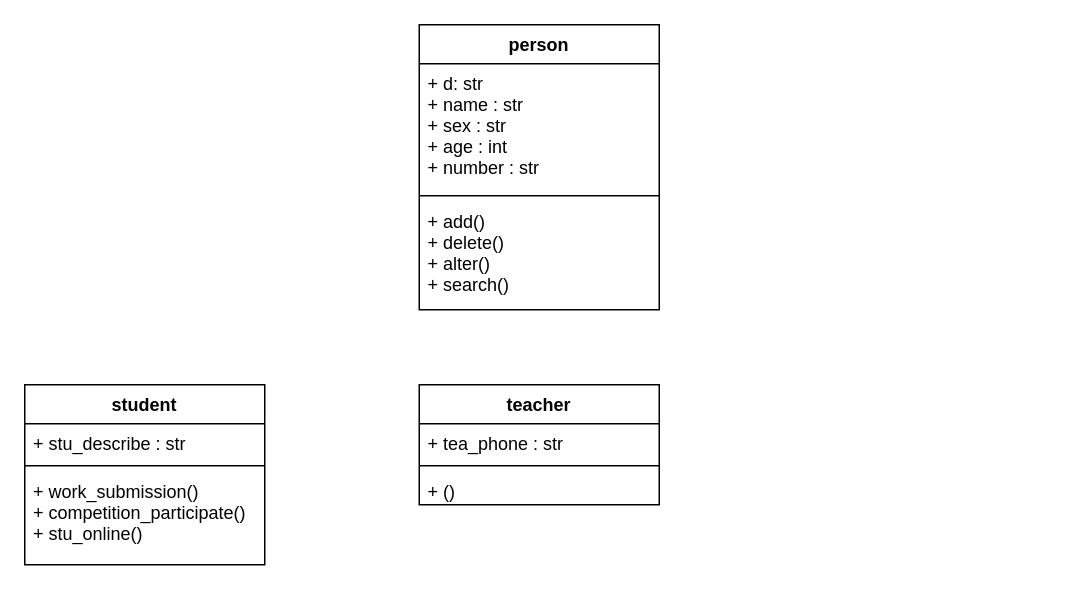
real-hada/competition keeps this draw.io diagram as 1.drawio. Above is the earlier version. Source tidied: cells renumbered, new cells numbered last; positions are measured from the earlier drawing's top-left corner, leaving out a move shared by most shapes. Both pictures are drawn from the tidied source at 150%, with x=0, y=0 at pixel (24, 24).
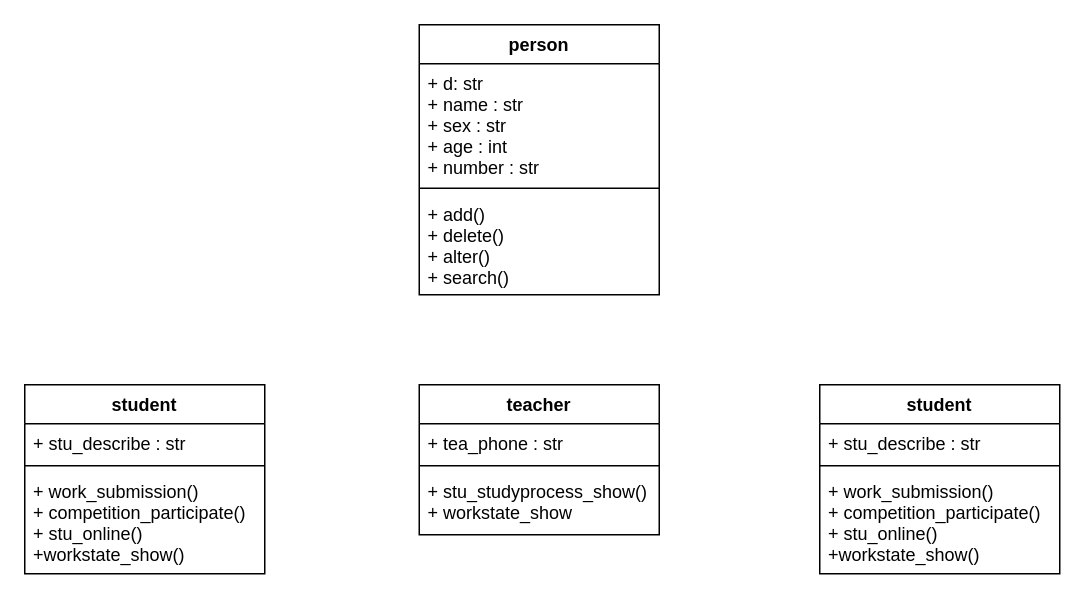
The same page after the edit.

Change to the diagram source:
```diff
@@
 <mxGraphModel>
   <root>
     <mxCell id="0" />
     <mxCell id="1" parent="0" />
     <mxCell id="2" value="student" style="swimlane;fontStyle=1;align=center;verticalAlign=top;horizontal=1;startSize=26;" parent="1" vertex="1">
-      <mxGeometry y="240" width="160" height="120" as="geometry" />
+      <mxGeometry y="240" width="160" height="126" as="geometry" />
     </mxCell>
     <mxCell id="3" value="+ stu_describe : str&#10;" style="text;strokeColor=none;fillColor=none;align=left;verticalAlign=top;spacingLeft=4;spacingRight=4;overflow=hidden;" parent="2" vertex="1">
       <mxGeometry y="26" width="160" height="24" as="geometry" />
     </mxCell>
     <mxCell id="4" style="line;strokeWidth=1;fillColor=none;align=left;verticalAlign=middle;spacingTop=-1;spacingLeft=3;spacingRight=3;labelPosition=right;" parent="2" vertex="1">
       <mxGeometry y="50" width="160" height="8" as="geometry" />
     </mxCell>
-    <mxCell id="5" value="+ work_submission()&#10;+ competition_participate()&#10;+ stu_online()" style="text;strokeColor=none;fillColor=none;align=left;verticalAlign=top;spacingLeft=4;spacingRight=4;overflow=hidden;" parent="2" vertex="1">
-      <mxGeometry y="58" width="160" height="62" as="geometry" />
+    <mxCell id="5" value="+ work_submission()&#10;+ competition_participate()&#10;+ stu_online()&#10;+workstate_show()" style="text;strokeColor=none;fillColor=none;align=left;verticalAlign=top;spacingLeft=4;spacingRight=4;overflow=hidden;" parent="2" vertex="1">
+      <mxGeometry y="58" width="160" height="68" as="geometry" />
     </mxCell>
     <mxCell id="6" value="teacher" style="swimlane;fontStyle=1;align=center;verticalAlign=top;horizontal=1;startSize=26;" parent="1" vertex="1">
-      <mxGeometry x="263" y="240" width="160" height="80" as="geometry" />
+      <mxGeometry x="263" y="240" width="160" height="100" as="geometry" />
     </mxCell>
     <mxCell id="7" value="+ tea_phone : str&#10;" style="text;strokeColor=none;fillColor=none;align=left;verticalAlign=top;spacingLeft=4;spacingRight=4;overflow=hidden;" parent="6" vertex="1">
       <mxGeometry y="26" width="160" height="24" as="geometry" />
     </mxCell>
     <mxCell id="8" style="line;strokeWidth=1;fillColor=none;align=left;verticalAlign=middle;spacingTop=-1;spacingLeft=3;spacingRight=3;labelPosition=right;" parent="6" vertex="1">
       <mxGeometry y="50" width="160" height="8" as="geometry" />
     </mxCell>
-    <mxCell id="9" value="+ ()" style="text;strokeColor=none;fillColor=none;align=left;verticalAlign=top;spacingLeft=4;spacingRight=4;overflow=hidden;" parent="6" vertex="1">
-      <mxGeometry y="58" width="160" height="22" as="geometry" />
+    <mxCell id="9" value="+ stu_studyprocess_show()&#10;+ workstate_show" style="text;strokeColor=none;fillColor=none;align=left;verticalAlign=top;spacingLeft=4;spacingRight=4;overflow=hidden;" parent="6" vertex="1">
+      <mxGeometry y="58" width="160" height="42" as="geometry" />
     </mxCell>
     <mxCell id="10" value="person" style="swimlane;fontStyle=1;align=center;verticalAlign=top;horizontal=1;startSize=26;" parent="1" vertex="1">
-      <mxGeometry x="263" width="160" height="190" as="geometry" />
+      <mxGeometry x="263" width="160" height="180" as="geometry" />
     </mxCell>
     <mxCell id="11" value="+ d: str&#10;+ name : str&#10;+ sex : str&#10;+ age : int&#10;+ number : str&#10;" style="text;strokeColor=none;fillColor=none;align=left;verticalAlign=top;spacingLeft=4;spacingRight=4;overflow=hidden;" parent="10" vertex="1">
-      <mxGeometry y="26" width="160" height="84" as="geometry" />
+      <mxGeometry y="26" width="160" height="79" as="geometry" />
     </mxCell>
     <mxCell id="12" style="line;strokeWidth=1;fillColor=none;align=left;verticalAlign=middle;spacingTop=-1;spacingLeft=3;spacingRight=3;labelPosition=right;" parent="10" vertex="1">
-      <mxGeometry y="110" width="160" height="8" as="geometry" />
+      <mxGeometry y="105" width="160" height="8" as="geometry" />
     </mxCell>
     <mxCell id="13" value="+ add()&#10;+ delete()&#10;+ alter()&#10;+ search()" style="text;strokeColor=none;fillColor=none;align=left;verticalAlign=top;spacingLeft=4;spacingRight=4;overflow=hidden;" parent="10" vertex="1">
-      <mxGeometry y="118" width="160" height="72" as="geometry" />
+      <mxGeometry y="113" width="160" height="67" as="geometry" />
     </mxCell>
+    <mxCell id="14" value="student" style="swimlane;fontStyle=1;align=center;verticalAlign=top;horizontal=1;startSize=26;" parent="1" vertex="1">
+      <mxGeometry x="530" y="240" width="160" height="126" as="geometry" />
+    </mxCell>
+    <mxCell id="15" value="+ stu_describe : str&#10;" style="text;strokeColor=none;fillColor=none;align=left;verticalAlign=top;spacingLeft=4;spacingRight=4;overflow=hidden;" parent="14" vertex="1">
+      <mxGeometry y="26" width="160" height="24" as="geometry" />
+    </mxCell>
+    <mxCell id="16" style="line;strokeWidth=1;fillColor=none;align=left;verticalAlign=middle;spacingTop=-1;spacingLeft=3;spacingRight=3;labelPosition=right;" parent="14" vertex="1">
+      <mxGeometry y="50" width="160" height="8" as="geometry" />
+    </mxCell>
+    <mxCell id="17" value="+ work_submission()&#10;+ competition_participate()&#10;+ stu_online()&#10;+workstate_show()" style="text;strokeColor=none;fillColor=none;align=left;verticalAlign=top;spacingLeft=4;spacingRight=4;overflow=hidden;" parent="14" vertex="1">
+      <mxGeometry y="58" width="160" height="68" as="geometry" />
+    </mxCell>
   </root>
 </mxGraphModel>
```
